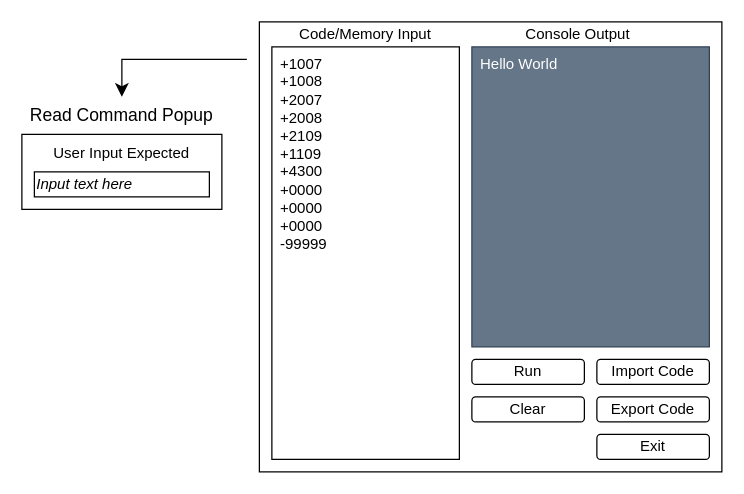
Above: wireframes/GUI_wireframe.drawio in Keatongull/GroupProject2450 (draw.io), before the change. Source tidied: cells renumbered, new cells numbered last; positions are measured from the earlier drawing's top-left corner, leaving out a move shared by most shapes. Both pictures are drawn from the tidied source at 125%, with x=0, y=0 at pixel (21, 21).
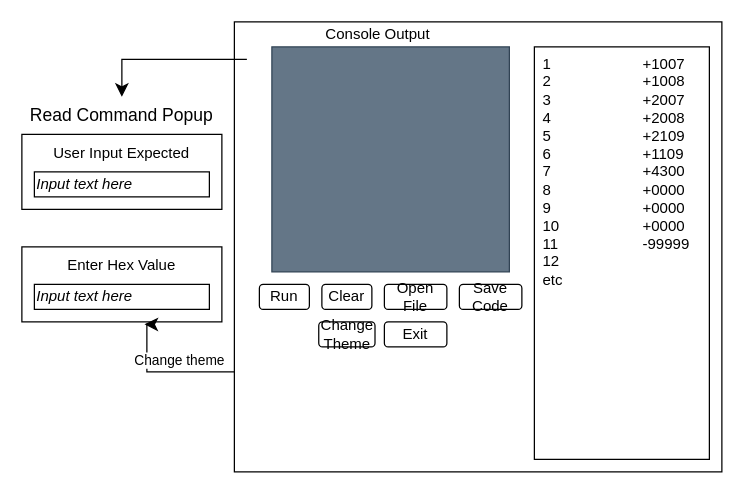
The same page after the edit.

Commit message:
Updated GUI_wireframe

The edit, as a diff of the source:
```diff
@@
     <mxCell id="2" style="rounded=0;whiteSpace=wrap;html=1;" parent="1" vertex="1">
-      <mxGeometry x="190" width="370" height="360" as="geometry" />
+      <mxGeometry x="170" width="390" height="360" as="geometry" />
     </mxCell>
-    <mxCell id="3" value="Import Code" style="rounded=1;whiteSpace=wrap;html=1;" parent="1" vertex="1">
-      <mxGeometry x="460" y="270" width="90" height="20" as="geometry" />
+    <mxCell id="3" value="Open File" style="rounded=1;whiteSpace=wrap;html=1;" parent="1" vertex="1">
+      <mxGeometry x="290" y="210" width="50" height="20" as="geometry" />
     </mxCell>
-    <mxCell id="4" value="Export Code" style="rounded=1;whiteSpace=wrap;html=1;" parent="1" vertex="1">
-      <mxGeometry x="460" y="300" width="90" height="20" as="geometry" />
+    <mxCell id="4" value="Save Code" style="rounded=1;whiteSpace=wrap;html=1;" parent="1" vertex="1">
+      <mxGeometry x="350" y="210" width="50" height="20" as="geometry" />
     </mxCell>
     <mxCell id="5" value="Clear" style="rounded=1;whiteSpace=wrap;html=1;" parent="1" vertex="1">
-      <mxGeometry x="360" y="300" width="90" height="20" as="geometry" />
+      <mxGeometry x="240" y="210" width="40" height="20" as="geometry" />
     </mxCell>
     <mxCell id="6" value="Run" style="rounded=1;whiteSpace=wrap;html=1;" parent="1" vertex="1">
-      <mxGeometry x="360" y="270" width="90" height="20" as="geometry" />
+      <mxGeometry x="190" y="210" width="40" height="20" as="geometry" />
     </mxCell>
-    <mxCell id="7" value="&lt;div&gt;&lt;span style=&quot;background-color: initial;&quot;&gt;+1007&lt;/span&gt;&lt;br&gt;&lt;/div&gt;&lt;div&gt;+1008&lt;/div&gt;&lt;div&gt;+2007&lt;/div&gt;&lt;div&gt;+2008&lt;/div&gt;&lt;div&gt;+2109&lt;/div&gt;&lt;div&gt;+1109&lt;/div&gt;&lt;div&gt;+4300&lt;/div&gt;&lt;div&gt;+0000&lt;/div&gt;&lt;div&gt;+0000&lt;/div&gt;&lt;div&gt;+0000&lt;/div&gt;&lt;div&gt;-99999&lt;/div&gt;" style="rounded=0;whiteSpace=wrap;html=1;align=left;verticalAlign=top;spacingLeft=5;" parent="1" vertex="1">
-      <mxGeometry x="200" y="20" width="150" height="330" as="geometry" />
+    <mxCell id="7" value="&lt;div&gt;&lt;span style=&quot;background-color: initial;&quot;&gt;1&lt;span style=&quot;white-space: pre;&quot;&gt;&#9;&lt;/span&gt;&lt;span style=&quot;white-space: pre;&quot;&gt;&#9;&lt;/span&gt;&lt;span style=&quot;white-space: pre;&quot;&gt;&#9;&lt;/span&gt;+1007&lt;/span&gt;&lt;br&gt;&lt;/div&gt;&lt;div&gt;2&lt;span style=&quot;white-space: pre;&quot;&gt;&#9;&lt;/span&gt;&lt;span style=&quot;white-space: pre;&quot;&gt;&#9;&lt;/span&gt;&lt;span style=&quot;white-space: pre;&quot;&gt;&#9;&lt;/span&gt;+1008&lt;/div&gt;&lt;div&gt;3&lt;span style=&quot;white-space: pre;&quot;&gt;&#9;&lt;/span&gt;&lt;span style=&quot;white-space: pre;&quot;&gt;&#9;&lt;/span&gt;&lt;span style=&quot;white-space: pre;&quot;&gt;&#9;&lt;/span&gt;+2007&lt;/div&gt;&lt;div&gt;4&lt;span style=&quot;white-space: pre;&quot;&gt;&#9;&lt;/span&gt;&lt;span style=&quot;white-space: pre;&quot;&gt;&#9;&lt;/span&gt;&lt;span style=&quot;white-space: pre;&quot;&gt;&#9;&lt;/span&gt;+2008&lt;/div&gt;&lt;div&gt;5&lt;span style=&quot;white-space: pre;&quot;&gt;&#9;&lt;/span&gt;&lt;span style=&quot;white-space: pre;&quot;&gt;&#9;&lt;/span&gt;&lt;span style=&quot;white-space: pre;&quot;&gt;&#9;&lt;/span&gt;+2109&lt;/div&gt;&lt;div&gt;6&lt;span style=&quot;white-space: pre;&quot;&gt;&#9;&lt;/span&gt;&lt;span style=&quot;white-space: pre;&quot;&gt;&#9;&lt;/span&gt;&lt;span style=&quot;white-space: pre;&quot;&gt;&#9;&lt;/span&gt;+1109&lt;/div&gt;&lt;div&gt;7&lt;span style=&quot;white-space: pre;&quot;&gt;&#9;&lt;/span&gt;&lt;span style=&quot;white-space: pre;&quot;&gt;&#9;&lt;/span&gt;&lt;span style=&quot;white-space: pre;&quot;&gt;&#9;&lt;/span&gt;+4300&lt;/div&gt;&lt;div&gt;8&lt;span style=&quot;white-space: pre;&quot;&gt;&#9;&lt;/span&gt;&lt;span style=&quot;white-space: pre;&quot;&gt;&#9;&lt;/span&gt;&lt;span style=&quot;white-space: pre;&quot;&gt;&#9;&lt;/span&gt;+0000&lt;/div&gt;&lt;div&gt;9&lt;span style=&quot;white-space: pre;&quot;&gt;&#9;&lt;/span&gt;&lt;span style=&quot;white-space: pre;&quot;&gt;&#9;&lt;/span&gt;&lt;span style=&quot;white-space: pre;&quot;&gt;&#9;&lt;/span&gt;+0000&lt;/div&gt;&lt;div&gt;10&lt;span style=&quot;white-space: pre;&quot;&gt;&#9;&lt;/span&gt;&lt;span style=&quot;white-space: pre;&quot;&gt;&#9;&lt;/span&gt;&lt;span style=&quot;white-space: pre;&quot;&gt;&#9;&lt;/span&gt;+0000&lt;/div&gt;&lt;div&gt;11&lt;span style=&quot;white-space: pre;&quot;&gt;&#9;&lt;/span&gt;&lt;span style=&quot;white-space: pre;&quot;&gt;&#9;&lt;/span&gt;&lt;span style=&quot;white-space: pre;&quot;&gt;&#9;&lt;/span&gt;-99999&lt;/div&gt;&lt;div&gt;12&lt;/div&gt;&lt;div&gt;etc&lt;/div&gt;" style="rounded=0;whiteSpace=wrap;html=1;align=left;verticalAlign=top;spacingLeft=5;" parent="1" vertex="1">
+      <mxGeometry x="410" y="20" width="140" height="330" as="geometry" />
     </mxCell>
-    <mxCell id="8" value="Hello World" style="rounded=0;whiteSpace=wrap;html=1;fontColor=#ffffff;fillColor=#647687;strokeColor=#314354;align=left;verticalAlign=top;spacingLeft=5;" parent="1" vertex="1">
-      <mxGeometry x="360" y="20" width="190" height="240" as="geometry" />
+    <mxCell id="8" style="rounded=0;whiteSpace=wrap;html=1;fontColor=#ffffff;fillColor=#647687;strokeColor=#314354;align=left;verticalAlign=top;spacingLeft=5;" parent="1" vertex="1">
+      <mxGeometry x="200" y="20" width="190" height="180" as="geometry" />
     </mxCell>
-    <mxCell id="9" value="Code/Memory Input" style="text;html=1;align=center;verticalAlign=middle;whiteSpace=wrap;rounded=0;" parent="1" vertex="1">
-      <mxGeometry x="200" width="150" height="20" as="geometry" />
-    </mxCell>
     <mxCell id="10" value="Console Output" style="text;html=1;align=center;verticalAlign=middle;whiteSpace=wrap;rounded=0;" parent="1" vertex="1">
-      <mxGeometry x="360" width="170" height="20" as="geometry" />
+      <mxGeometry x="200" width="170" height="20" as="geometry" />
     </mxCell>
     <mxCell id="11" value="Exit" style="rounded=1;whiteSpace=wrap;html=1;" parent="1" vertex="1">
-      <mxGeometry x="460" y="330" width="90" height="20" as="geometry" />
+      <mxGeometry x="290" y="240" width="50" height="20" as="geometry" />
     </mxCell>
@@
+    <mxCell id="17" value="Change Theme" style="rounded=1;whiteSpace=wrap;html=1;" parent="1" vertex="1">
+      <mxGeometry x="237.5" y="240" width="45" height="20" as="geometry" />
+    </mxCell>
+    <mxCell id="18" style="rounded=0;whiteSpace=wrap;html=1;" parent="1" vertex="1">
+      <mxGeometry y="180" width="160" height="60" as="geometry" />
+    </mxCell>
+    <mxCell id="19" value="&lt;i&gt;Input text here&lt;/i&gt;" style="rounded=0;whiteSpace=wrap;html=1;align=left;" parent="1" vertex="1">
+      <mxGeometry x="10" y="210" width="140" height="20" as="geometry" />
+    </mxCell>
+    <mxCell id="20" value="Enter Hex Value" style="text;html=1;align=center;verticalAlign=middle;whiteSpace=wrap;rounded=0;" parent="1" vertex="1">
+      <mxGeometry x="10" y="180" width="140" height="30" as="geometry" />
+    </mxCell>
+    <mxCell id="21" style="edgeStyle=segmentEdgeStyle;endArrow=classic;html=1;curved=0;rounded=0;endSize=8;startSize=8;sourcePerimeterSpacing=0;targetPerimeterSpacing=0;entryX=0.613;entryY=1.033;entryDx=0;entryDy=0;entryPerimeter=0;" parent="1" edge="1" source="2" target="18">
+      <mxGeometry relative="1" as="geometry">
+        <Array as="points">
+          <mxPoint x="100" y="280" />
+          <mxPoint x="100" y="242" />
+        </Array>
+      </mxGeometry>
+    </mxCell>
+    <mxCell id="22" value="Change theme" style="edgeLabel;html=1;align=center;verticalAlign=middle;" parent="21" vertex="1">
+      <mxGeometry x="0.06" y="-1" relative="1" as="geometry">
+        <mxPoint x="13" y="-9" as="offset" />
+      </mxGeometry>
+    </mxCell>
```
